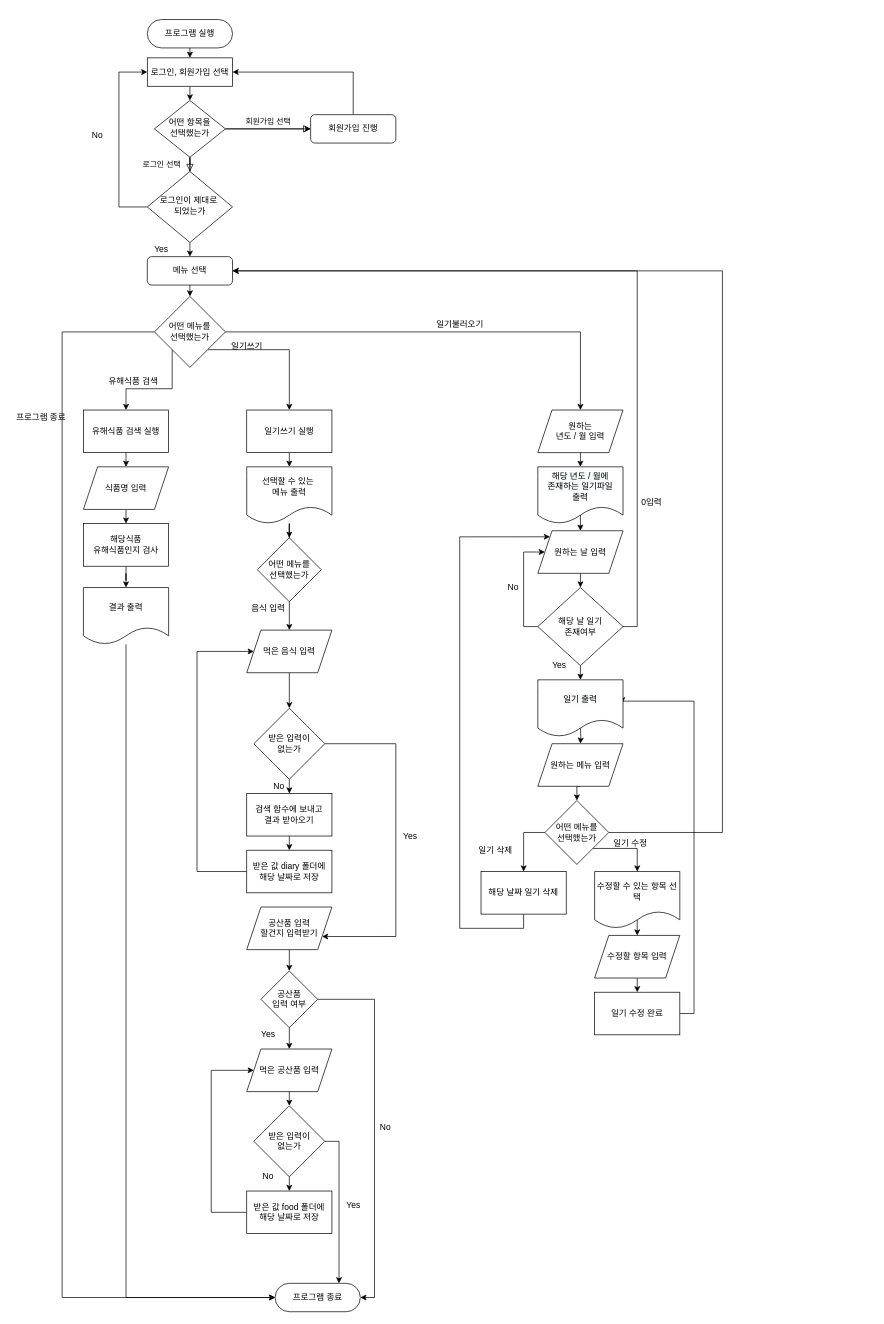
junsik1998/2020-2_INTRODUCTORY-COMPUTER-ENGINEERING-PROJECT2 keeps this draw.io diagram as 설계/fileIO.drawio. Above is the earlier version. Source tidied: cells renumbered, new cells numbered last; positions are measured from the earlier drawing's top-left corner, leaving out a move shared by most shapes. Both pictures are drawn from the tidied source at 71%, with x=0, y=0 at pixel (12, 19).
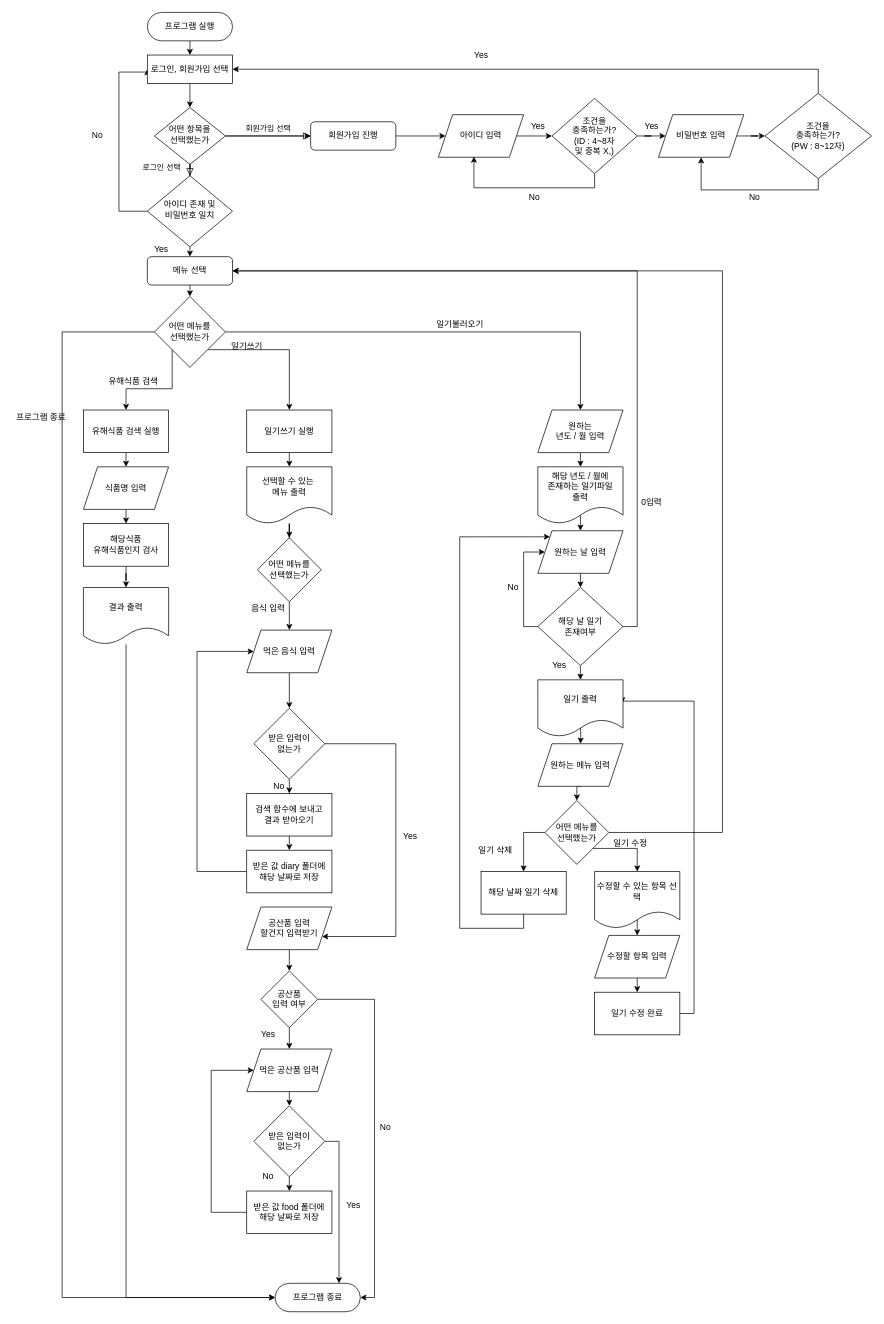
After the change.

Change to the diagram source:
```diff
@@
     <mxCell id="3" value="프로그램 실행" style="rounded=1;whiteSpace=wrap;html=1;fontSize=12;glass=0;strokeWidth=1;shadow=0;arcSize=50;" parent="1" vertex="1">
-      <mxGeometry x="190" width="120" height="40" as="geometry" />
+      <mxGeometry x="190" y="-10" width="120" height="40" as="geometry" />
     </mxCell>
@@
     <mxCell id="7" value="어떤 항목을&lt;br&gt;선택했는가" style="rhombus;whiteSpace=wrap;html=1;shadow=0;fontFamily=Helvetica;fontSize=12;align=center;strokeWidth=1;spacing=6;spacingTop=-4;" parent="1" vertex="1">
-      <mxGeometry x="200" y="114" width="100" height="80" as="geometry" />
+      <mxGeometry x="200" y="124" width="100" height="80" as="geometry" />
     </mxCell>
-    <mxCell id="8" style="edgeStyle=orthogonalEdgeStyle;rounded=0;jettySize=auto;html=1;exitX=0.5;exitY=0;exitDx=0;exitDy=0;entryX=1;entryY=0.5;entryDx=0;entryDy=0;" parent="1" edge="1" source="9" target="17">
-      <mxGeometry relative="1" as="geometry" />
-    </mxCell>
+    <mxCell id="103" style="edgeStyle=orthogonalEdgeStyle;rounded=0;jettySize=auto;html=1;exitX=1;exitY=0.5;exitDx=0;exitDy=0;entryX=0;entryY=0.5;entryDx=0;entryDy=0;" parent="1" edge="1" source="9" target="106">
+      <mxGeometry relative="1" as="geometry" />
+    </mxCell>
     <mxCell id="9" value="회원가입 진행" style="rounded=1;whiteSpace=wrap;html=1;fontSize=12;glass=0;strokeWidth=1;shadow=0;" parent="1" vertex="1">
-      <mxGeometry x="420" y="134" width="120" height="40" as="geometry" />
+      <mxGeometry x="420" y="144" width="120" height="40" as="geometry" />
     </mxCell>
     <mxCell id="10" style="edgeStyle=orthogonalEdgeStyle;rounded=0;jettySize=auto;html=1;exitX=0;exitY=0.5;exitDx=0;exitDy=0;entryX=0;entryY=0.5;entryDx=0;entryDy=0;" parent="1" edge="1" source="12" target="17">
       <mxGeometry relative="1" as="geometry">
         <Array as="points">
-          <mxPoint x="150" y="264" />
+          <mxPoint x="150" y="270" />
           <mxPoint x="150" y="74" />
         </Array>
       </mxGeometry>
     </mxCell>
@@
-    <mxCell id="12" value="로그인이 제대로&amp;nbsp;&lt;br&gt;되었는가" style="rhombus;whiteSpace=wrap;html=1;shadow=0;fontFamily=Helvetica;fontSize=12;align=center;strokeWidth=1;spacing=6;spacingTop=-4;" parent="1" vertex="1">
-      <mxGeometry x="190" y="214" width="120" height="100" as="geometry" />
+    <mxCell id="12" value="아이디 존재 및&lt;br&gt;비밀번호 일치" style="rhombus;whiteSpace=wrap;html=1;shadow=0;fontFamily=Helvetica;fontSize=12;align=center;strokeWidth=1;spacing=6;spacingTop=-4;" parent="1" vertex="1">
+      <mxGeometry x="190" y="220" width="120" height="100" as="geometry" />
     </mxCell>
@@
     <mxCell id="17" value="로그인, 회원가입 선택" style="rounded=1;whiteSpace=wrap;html=1;fontSize=12;glass=0;strokeWidth=1;shadow=0;arcSize=0;" parent="1" vertex="1">
-      <mxGeometry x="190" y="54" width="120" height="40" as="geometry" />
+      <mxGeometry x="190" y="50" width="120" height="40" as="geometry" />
     </mxCell>
@@
+    <mxCell id="104" value="Yes" style="text;html=1;align=center;verticalAlign=middle;" parent="1" vertex="1">
+      <mxGeometry x="640" y="40" width="40" height="20" as="geometry" />
+    </mxCell>
+    <mxCell id="105" style="edgeStyle=orthogonalEdgeStyle;rounded=0;jettySize=auto;html=1;exitX=1;exitY=0.5;exitDx=0;exitDy=0;entryX=0;entryY=0.5;entryDx=0;entryDy=0;" parent="1" edge="1" source="106" target="109">
+      <mxGeometry relative="1" as="geometry" />
+    </mxCell>
+    <mxCell id="106" value="아이디 입력" style="shape=parallelogram;perimeter=parallelogramPerimeter;whiteSpace=wrap;html=1;fixedSize=1;" parent="1" vertex="1">
+      <mxGeometry x="600" y="134" width="120" height="60" as="geometry" />
+    </mxCell>
+    <mxCell id="107" style="edgeStyle=orthogonalEdgeStyle;rounded=0;jettySize=auto;html=1;" parent="1" edge="1" source="109" target="111">
+      <mxGeometry relative="1" as="geometry" />
+    </mxCell>
+    <mxCell id="108" style="edgeStyle=orthogonalEdgeStyle;rounded=0;jettySize=auto;html=1;exitX=0.5;exitY=1;exitDx=0;exitDy=0;entryX=0.417;entryY=0.983;entryDx=0;entryDy=0;entryPerimeter=0;" parent="1" edge="1" source="109" target="106">
+      <mxGeometry relative="1" as="geometry" />
+    </mxCell>
+    <mxCell id="109" value="조건을 &lt;br&gt;충족하는가?&lt;br&gt;(ID : 4~8자 &lt;br&gt;및 중복 X,)" style="rhombus;whiteSpace=wrap;html=1;" parent="1" vertex="1">
+      <mxGeometry x="760" y="111" width="120" height="106" as="geometry" />
+    </mxCell>
+    <mxCell id="110" style="edgeStyle=orthogonalEdgeStyle;rounded=0;jettySize=auto;html=1;" parent="1" edge="1" source="111" target="114">
+      <mxGeometry relative="1" as="geometry" />
+    </mxCell>
+    <mxCell id="111" value="비밀번호 입력" style="shape=parallelogram;perimeter=parallelogramPerimeter;whiteSpace=wrap;html=1;fixedSize=1;" parent="1" vertex="1">
+      <mxGeometry x="910" y="134" width="120" height="60" as="geometry" />
+    </mxCell>
+    <mxCell id="112" style="edgeStyle=orthogonalEdgeStyle;rounded=0;jettySize=auto;html=1;exitX=0.5;exitY=0;exitDx=0;exitDy=0;entryX=1;entryY=0.5;entryDx=0;entryDy=0;" parent="1" edge="1" source="114" target="17">
+      <mxGeometry relative="1" as="geometry" />
+    </mxCell>
+    <mxCell id="113" style="edgeStyle=orthogonalEdgeStyle;rounded=0;jettySize=auto;html=1;exitX=0.5;exitY=1;exitDx=0;exitDy=0;entryX=0.5;entryY=1;entryDx=0;entryDy=0;" parent="1" edge="1" source="114" target="111">
+      <mxGeometry relative="1" as="geometry">
+        <Array as="points">
+          <mxPoint x="1135" y="240" />
+          <mxPoint x="970" y="240" />
+        </Array>
+      </mxGeometry>
+    </mxCell>
+    <mxCell id="114" value="조건을 &lt;br&gt;충족하는가?&lt;br&gt;(PW : 8~12자)" style="rhombus;whiteSpace=wrap;html=1;" parent="1" vertex="1">
+      <mxGeometry x="1060" y="104" width="150" height="120" as="geometry" />
+    </mxCell>
+    <mxCell id="115" value="Yes" style="text;html=1;align=center;verticalAlign=middle;" parent="1" vertex="1">
+      <mxGeometry x="720" y="140" width="40" height="20" as="geometry" />
+    </mxCell>
+    <mxCell id="116" value="No" style="text;html=1;align=center;verticalAlign=middle;" parent="1" vertex="1">
+      <mxGeometry x="720" y="240" width="30" height="20" as="geometry" />
+    </mxCell>
+    <mxCell id="117" value="Yes" style="text;html=1;align=center;verticalAlign=middle;" parent="1" vertex="1">
+      <mxGeometry x="880" y="140" width="40" height="20" as="geometry" />
+    </mxCell>
+    <mxCell id="118" value="No" style="text;html=1;align=center;verticalAlign=middle;" parent="1" vertex="1">
+      <mxGeometry x="1030" y="240" width="30" height="20" as="geometry" />
+    </mxCell>
```
